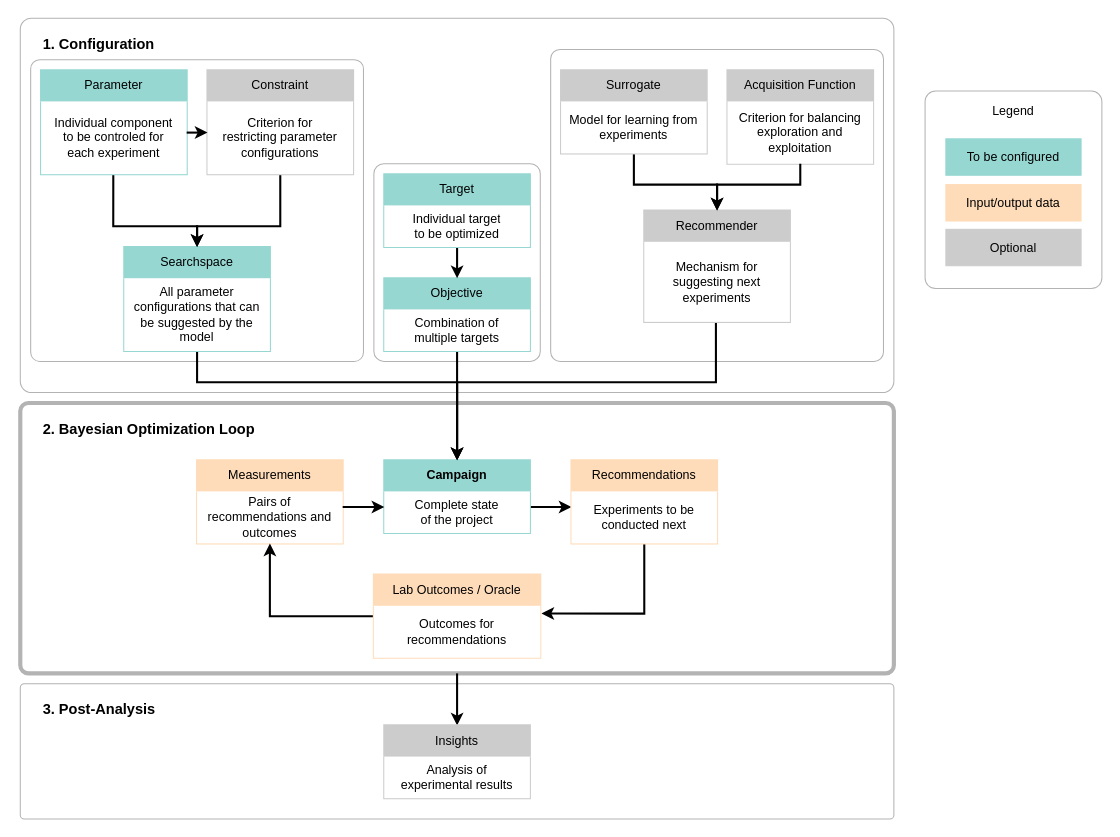
Before: docs/_static/api_overview.drawio in emdgroup/baybe, a draw.io diagram. Source tidied: cells renumbered, new cells numbered last; positions are measured from the earlier drawing's top-left corner, leaving out a move shared by most shapes. Both pictures are drawn from the tidied source at 104%, with x=0, y=0 at pixel (20, 18).
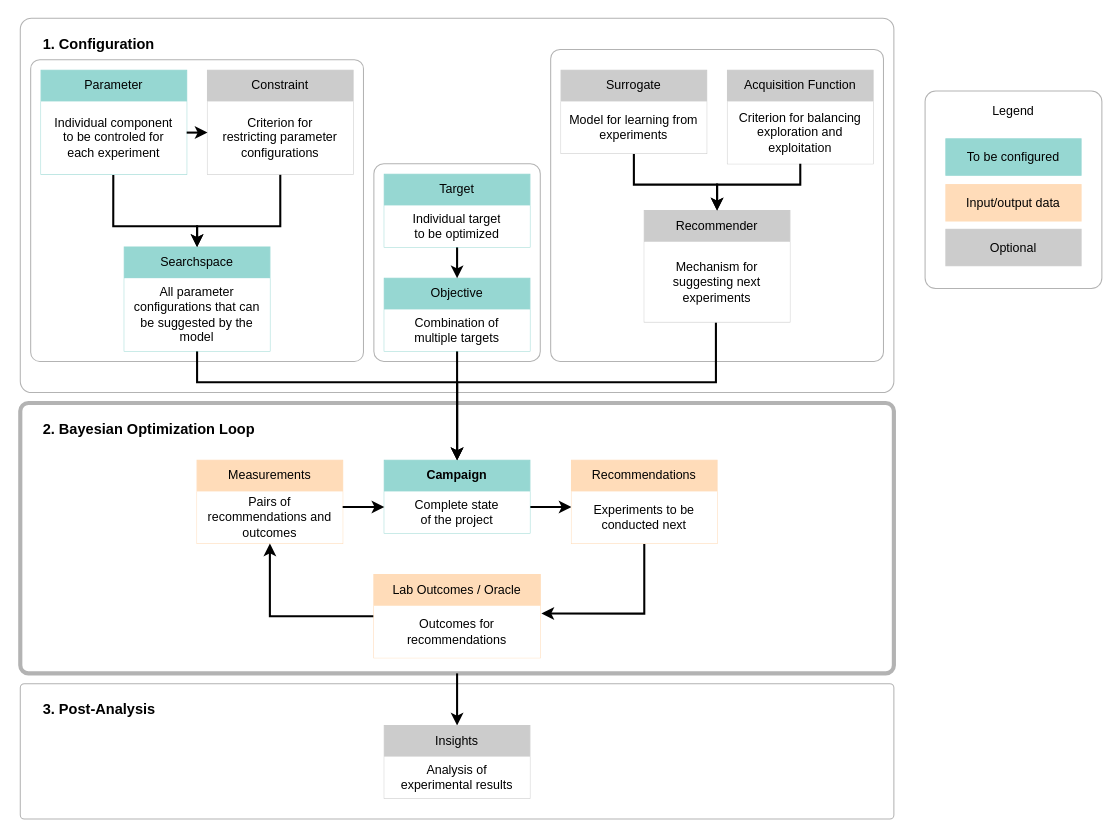
The same page after the edit.

The edit, as a diff of the source:
```diff
@@
-    <mxCell id="10" value="Searchspace" style="swimlane;fontStyle=0;horizontal=1;startSize=30;whiteSpace=wrap;html=1;fillColor=light-dark(#96D7D2,#0F69AF);strokeColor=light-dark(#96D7D2,#0F69AF);gradientDirection=radial;strokeWidth=2;" parent="1" vertex="1">
+    <mxCell id="10" value="Searchspace" style="swimlane;fontStyle=0;horizontal=1;startSize=30;whiteSpace=wrap;html=1;fillColor=light-dark(#96D7D2,#0F69AF);strokeColor=light-dark(#96D7D2,#0F69AF);gradientDirection=radial;strokeWidth=1;" parent="1" vertex="1">
       <mxGeometry x="100" y="220" width="140" height="100" as="geometry" />
     </mxCell>
@@
-    <mxCell id="14" value="&lt;b&gt;Campaign&lt;/b&gt;" style="swimlane;fontStyle=0;horizontal=1;startSize=30;whiteSpace=wrap;html=1;fillColor=light-dark(#96D7D2,#0F69AF);strokeColor=light-dark(#96D7D2,#0F69AF);gradientDirection=radial;strokeWidth=2;" parent="1" vertex="1">
+    <mxCell id="14" value="&lt;b&gt;Campaign&lt;/b&gt;" style="swimlane;fontStyle=0;horizontal=1;startSize=30;whiteSpace=wrap;html=1;fillColor=light-dark(#96D7D2,#0F69AF);strokeColor=light-dark(#96D7D2,#0F69AF);gradientDirection=radial;strokeWidth=1;" parent="1" vertex="1">
       <mxGeometry x="350" y="425" width="140" height="70" as="geometry" />
     </mxCell>
@@
-    <mxCell id="17" value="Objective" style="swimlane;fontStyle=0;horizontal=1;startSize=30;whiteSpace=wrap;html=1;fillColor=light-dark(#96D7D2,#0F69AF);strokeColor=light-dark(#96D7D2,#0F69AF);gradientDirection=radial;strokeWidth=2;" parent="1" vertex="1">
+    <mxCell id="17" value="Objective" style="swimlane;fontStyle=0;horizontal=1;startSize=30;whiteSpace=wrap;html=1;fillColor=light-dark(#96D7D2,#0F69AF);strokeColor=light-dark(#96D7D2,#0F69AF);gradientDirection=radial;strokeWidth=1;" parent="1" vertex="1">
       <mxGeometry x="350" y="250" width="140" height="70" as="geometry" />
     </mxCell>
@@
-    <mxCell id="20" value="&lt;font style=&quot;color: light-dark(rgb(0, 0, 0), rgb(255, 255, 255));&quot;&gt;Recommender&lt;/font&gt;" style="swimlane;fontStyle=0;horizontal=1;startSize=30;whiteSpace=wrap;html=1;fillColor=#CCCCCC;strokeColor=#CCCCCC;fontColor=#333333;strokeWidth=2;" parent="1" vertex="1">
+    <mxCell id="20" value="&lt;font style=&quot;color: light-dark(rgb(0, 0, 0), rgb(255, 255, 255));&quot;&gt;Recommender&lt;/font&gt;" style="swimlane;fontStyle=0;horizontal=1;startSize=30;whiteSpace=wrap;html=1;fillColor=#CCCCCC;strokeColor=#CCCCCC;fontColor=#333333;strokeWidth=1;" parent="1" vertex="1">
       <mxGeometry x="600" y="185" width="140" height="107" as="geometry" />
     </mxCell>
@@
-    <mxCell id="22" value="Measurements" style="swimlane;fontStyle=0;horizontal=1;startSize=30;whiteSpace=wrap;html=1;fillColor=light-dark(#FFDCB9,#CE742A);strokeColor=light-dark(#FFDCB9,#CE742A);strokeWidth=2;" parent="1" vertex="1">
+    <mxCell id="22" value="Measurements" style="swimlane;fontStyle=0;horizontal=1;startSize=30;whiteSpace=wrap;html=1;fillColor=light-dark(#FFDCB9,#CE742A);strokeColor=light-dark(#FFDCB9,#CE742A);strokeWidth=1;" parent="1" vertex="1">
       <mxGeometry x="170" y="425" width="140" height="80" as="geometry" />
     </mxCell>
@@
-    <mxCell id="26" value="Recommendations" style="swimlane;fontStyle=0;horizontal=1;startSize=30;whiteSpace=wrap;html=1;fillColor=light-dark(#FFDCB9,#CE742A);strokeColor=light-dark(#FFDCB9,#CE742A);strokeWidth=2;" parent="1" vertex="1">
+    <mxCell id="26" value="Recommendations" style="swimlane;fontStyle=0;horizontal=1;startSize=30;whiteSpace=wrap;html=1;fillColor=light-dark(#FFDCB9,#CE742A);strokeColor=light-dark(#FFDCB9,#CE742A);strokeWidth=1;" parent="1" vertex="1">
       <mxGeometry x="530" y="425" width="140" height="80" as="geometry" />
     </mxCell>
@@
-    <mxCell id="29" value="Lab Outcomes / Oracle" style="swimlane;fontStyle=0;horizontal=1;startSize=30;whiteSpace=wrap;html=1;fillColor=light-dark(#FFDCB9,#CE742A);strokeColor=light-dark(#FFDCB9,#CE742A);strokeWidth=2;" parent="1" vertex="1">
+    <mxCell id="29" value="Lab Outcomes / Oracle" style="swimlane;fontStyle=0;horizontal=1;startSize=30;whiteSpace=wrap;html=1;fillColor=light-dark(#FFDCB9,#CE742A);strokeColor=light-dark(#FFDCB9,#CE742A);strokeWidth=1;" parent="1" vertex="1">
       <mxGeometry x="340" y="535" width="160" height="80" as="geometry" />
     </mxCell>
@@
-    <mxCell id="32" value="Parameter" style="swimlane;fontStyle=0;horizontal=1;startSize=30;whiteSpace=wrap;html=1;fillColor=light-dark(#96D7D2,#0F69AF);strokeColor=light-dark(#96D7D2,#0F69AF);gradientDirection=radial;strokeWidth=2;" parent="1" vertex="1">
+    <mxCell id="32" value="Parameter" style="swimlane;fontStyle=0;horizontal=1;startSize=30;whiteSpace=wrap;html=1;fillColor=light-dark(#96D7D2,#0F69AF);strokeColor=light-dark(#96D7D2,#0F69AF);gradientDirection=radial;strokeWidth=1;" parent="1" vertex="1">
       <mxGeometry x="20" y="50" width="140" height="100" as="geometry" />
     </mxCell>
@@
-    <mxCell id="35" value="&lt;font style=&quot;color: light-dark(rgb(0, 0, 0), rgb(255, 255, 255));&quot;&gt;Constraint&lt;/font&gt;" style="swimlane;fontStyle=0;horizontal=1;startSize=30;whiteSpace=wrap;html=1;fillColor=#CCCCCC;strokeColor=#CCCCCC;fontColor=#333333;strokeWidth=2;" parent="1" vertex="1">
+    <mxCell id="35" value="&lt;font style=&quot;color: light-dark(rgb(0, 0, 0), rgb(255, 255, 255));&quot;&gt;Constraint&lt;/font&gt;" style="swimlane;fontStyle=0;horizontal=1;startSize=30;whiteSpace=wrap;html=1;fillColor=#CCCCCC;strokeColor=#CCCCCC;fontColor=#333333;strokeWidth=1;" parent="1" vertex="1">
       <mxGeometry x="180" y="50" width="140" height="100" as="geometry" />
     </mxCell>
@@
-    <mxCell id="37" value="&lt;font style=&quot;color: light-dark(rgb(0, 0, 0), rgb(255, 255, 255));&quot;&gt;Insights&lt;/font&gt;" style="swimlane;fontStyle=0;horizontal=1;startSize=30;whiteSpace=wrap;html=1;fillColor=#CCCCCC;strokeColor=#CCCCCC;fontColor=#333333;strokeWidth=2;" parent="1" vertex="1">
+    <mxCell id="37" value="&lt;font style=&quot;color: light-dark(rgb(0, 0, 0), rgb(255, 255, 255));&quot;&gt;Insights&lt;/font&gt;" style="swimlane;fontStyle=0;horizontal=1;startSize=30;whiteSpace=wrap;html=1;fillColor=#CCCCCC;strokeColor=#CCCCCC;fontColor=#333333;strokeWidth=1;" parent="1" vertex="1">
       <mxGeometry x="350" y="680" width="140" height="70" as="geometry" />
     </mxCell>
@@
-    <mxCell id="40" value="Target" style="swimlane;fontStyle=0;horizontal=1;startSize=30;whiteSpace=wrap;html=1;fillColor=light-dark(#96D7D2,#0F69AF);strokeColor=light-dark(#96D7D2,#0F69AF);gradientDirection=radial;strokeWidth=2;" parent="1" vertex="1">
+    <mxCell id="40" value="Target" style="swimlane;fontStyle=0;horizontal=1;startSize=30;whiteSpace=wrap;html=1;fillColor=light-dark(#96D7D2,#0F69AF);strokeColor=light-dark(#96D7D2,#0F69AF);gradientDirection=radial;strokeWidth=1;" parent="1" vertex="1">
       <mxGeometry x="350" y="150" width="140" height="70" as="geometry" />
     </mxCell>
@@
-    <mxCell id="47" value="&lt;font style=&quot;color: light-dark(rgb(0, 0, 0), rgb(255, 255, 255));&quot;&gt;Surrogate&lt;/font&gt;" style="swimlane;fontStyle=0;horizontal=1;startSize=30;whiteSpace=wrap;html=1;fillColor=#CCCCCC;strokeColor=#CCCCCC;fontColor=#333333;strokeWidth=2;" parent="1" vertex="1">
+    <mxCell id="47" value="&lt;font style=&quot;color: light-dark(rgb(0, 0, 0), rgb(255, 255, 255));&quot;&gt;Surrogate&lt;/font&gt;" style="swimlane;fontStyle=0;horizontal=1;startSize=30;whiteSpace=wrap;html=1;fillColor=#CCCCCC;strokeColor=#CCCCCC;fontColor=#333333;strokeWidth=1;" parent="1" vertex="1">
       <mxGeometry x="520" y="50" width="140" height="80" as="geometry" />
     </mxCell>
@@
-    <mxCell id="49" value="&lt;font style=&quot;color: light-dark(rgb(0, 0, 0), rgb(255, 255, 255));&quot;&gt;Acquisition Function&lt;/font&gt;" style="swimlane;fontStyle=0;horizontal=1;startSize=30;whiteSpace=wrap;html=1;fillColor=#CCCCCC;strokeColor=#CCCCCC;fontColor=#333333;strokeWidth=2;" parent="1" vertex="1">
+    <mxCell id="49" value="&lt;font style=&quot;color: light-dark(rgb(0, 0, 0), rgb(255, 255, 255));&quot;&gt;Acquisition Function&lt;/font&gt;" style="swimlane;fontStyle=0;horizontal=1;startSize=30;whiteSpace=wrap;html=1;fillColor=#CCCCCC;strokeColor=#CCCCCC;fontColor=#333333;strokeWidth=1;" parent="1" vertex="1">
       <mxGeometry x="680" y="50" width="140" height="90" as="geometry" />
     </mxCell>
```
